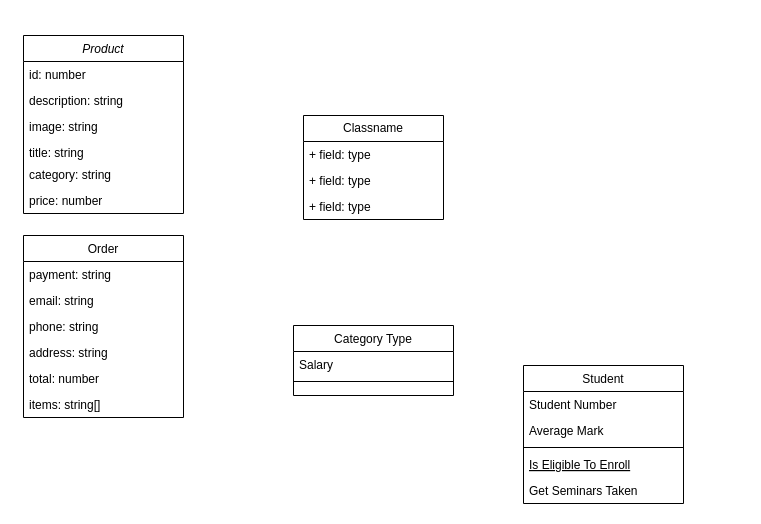
This is web-larek-frontend.drawio from Kazannik/web-larek-frontend, a draw.io file, before an edit. Source tidied: cells renumbered, new cells numbered last; positions are measured from the earlier drawing's top-left corner, leaving out a move shared by most shapes. Both pictures are drawn from the tidied source at 100%, with x=0, y=0 at pixel (23, 35).
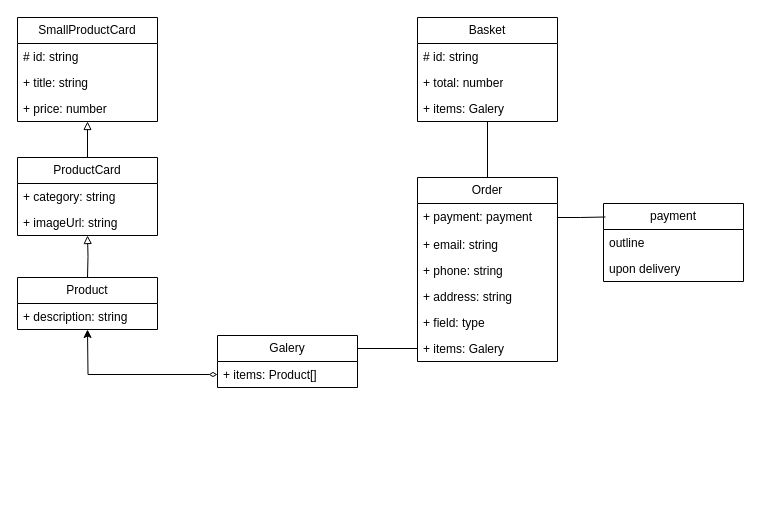
The same diagram, later.

Change to the diagram source:
```diff
@@
+    <mxCell id="29" style="edgeStyle=orthogonalEdgeStyle;rounded=0;jettySize=auto;html=1;exitX=0.5;exitY=0;exitDx=0;exitDy=0;endArrow=block;endFill=0;" parent="1" edge="1" target="39">
+      <mxGeometry relative="1" as="geometry">
+        <mxPoint x="64" y="242" as="sourcePoint" />
+      </mxGeometry>
+    </mxCell>
+    <mxCell id="25" value="payment" style="swimlane;fontStyle=0;horizontal=1;startSize=26;fillColor=none;whiteSpace=wrap;html=1;" parent="1" vertex="1">
+      <mxGeometry x="580" y="168" width="140" height="78" as="geometry" />
+    </mxCell>
+    <mxCell id="26" value="outline" style="text;strokeColor=none;fillColor=none;align=left;verticalAlign=top;spacingLeft=4;spacingRight=4;overflow=hidden;whiteSpace=wrap;html=1;" parent="25" vertex="1">
+      <mxGeometry y="26" width="140" height="26" as="geometry" />
+    </mxCell>
+    <mxCell id="27" value="upon delivery" style="text;strokeColor=none;fillColor=none;align=left;verticalAlign=top;spacingLeft=4;spacingRight=4;overflow=hidden;whiteSpace=wrap;html=1;" parent="25" vertex="1">
+      <mxGeometry y="52" width="140" height="26" as="geometry" />
+    </mxCell>
+    <mxCell id="30" style="edgeStyle=orthogonalEdgeStyle;rounded=0;jettySize=auto;html=1;entryX=0.014;entryY=0.173;entryDx=0;entryDy=0;entryPerimeter=0;endArrow=none;endFill=0;" parent="1" edge="1" source="19" target="25">
+      <mxGeometry relative="1" as="geometry" />
+    </mxCell>
+    <mxCell id="31" style="edgeStyle=orthogonalEdgeStyle;rounded=0;jettySize=auto;html=1;exitX=1;exitY=0.25;exitDx=0;exitDy=0;endArrow=none;endFill=0;" parent="1" edge="1" source="32" target="24">
+      <mxGeometry relative="1" as="geometry" />
+    </mxCell>
+    <mxCell id="32" value="Galery" style="swimlane;fontStyle=0;horizontal=1;startSize=26;fillColor=none;whiteSpace=wrap;html=1;" parent="1" vertex="1">
+      <mxGeometry x="194" y="300" width="140" height="52" as="geometry" />
+    </mxCell>
+    <mxCell id="33" value="+ items: Product[]" style="text;strokeColor=none;fillColor=none;align=left;verticalAlign=top;spacingLeft=4;spacingRight=4;overflow=hidden;points=[[0,0.5],[1,0.5]];portConstraint=eastwest;whiteSpace=wrap;html=1;" parent="32" vertex="1">
+      <mxGeometry y="26" width="140" height="26" as="geometry" />
+    </mxCell>
+    <mxCell id="34" value="SmallProductCard" style="swimlane;fontStyle=0;horizontal=1;startSize=26;fillColor=none;whiteSpace=wrap;html=1;" parent="1" vertex="1">
+      <mxGeometry x="-6" y="-18" width="140" height="104" as="geometry" />
+    </mxCell>
+    <mxCell id="35" value="# id: string" style="text;strokeColor=none;fillColor=none;align=left;verticalAlign=top;spacingLeft=4;spacingRight=4;overflow=hidden;whiteSpace=wrap;html=1;" parent="34" vertex="1">
+      <mxGeometry y="26" width="140" height="26" as="geometry" />
+    </mxCell>
+    <mxCell id="36" value="+ title: string" style="text;strokeColor=none;fillColor=none;align=left;verticalAlign=top;spacingLeft=4;spacingRight=4;overflow=hidden;whiteSpace=wrap;html=1;" parent="34" vertex="1">
+      <mxGeometry y="52" width="140" height="26" as="geometry" />
+    </mxCell>
+    <mxCell id="37" value="+ price: number" style="text;strokeColor=none;fillColor=none;align=left;verticalAlign=top;spacingLeft=4;spacingRight=4;overflow=hidden;whiteSpace=wrap;html=1;" parent="34" vertex="1">
+      <mxGeometry y="78" width="140" height="26" as="geometry" />
+    </mxCell>
+    <mxCell id="38" style="edgeStyle=orthogonalEdgeStyle;rounded=0;jettySize=auto;html=1;exitX=0.5;exitY=0;exitDx=0;exitDy=0;endArrow=block;endFill=0;" parent="1" edge="1" source="39" target="34">
+      <mxGeometry relative="1" as="geometry" />
+    </mxCell>
+    <mxCell id="39" value="ProductCard" style="swimlane;fontStyle=0;horizontal=1;startSize=26;fillColor=none;whiteSpace=wrap;html=1;" parent="1" vertex="1">
+      <mxGeometry x="-6" y="122" width="140" height="78" as="geometry" />
+    </mxCell>
+    <mxCell id="40" value="+ category: string" style="text;strokeColor=none;fillColor=none;align=left;verticalAlign=top;spacingLeft=4;spacingRight=4;overflow=hidden;whiteSpace=wrap;html=1;" parent="39" vertex="1">
+      <mxGeometry y="26" width="140" height="26" as="geometry" />
+    </mxCell>
+    <mxCell id="41" value="+ imageUrl: string&amp;nbsp;" style="text;strokeColor=none;fillColor=none;align=left;verticalAlign=top;spacingLeft=4;spacingRight=4;overflow=hidden;whiteSpace=wrap;html=1;" parent="39" vertex="1">
+      <mxGeometry y="52" width="140" height="26" as="geometry" />
+    </mxCell>
+    <mxCell id="42" style="edgeStyle=orthogonalEdgeStyle;rounded=0;jettySize=auto;html=1;exitX=0;exitY=0.5;exitDx=0;exitDy=0;startArrow=diamondThin;startFill=0;" parent="1" edge="1" source="33">
+      <mxGeometry relative="1" as="geometry">
+        <mxPoint x="64" y="294" as="targetPoint" />
+      </mxGeometry>
+    </mxCell>
-    <mxCell id="2" value="Product" style="swimlane;fontStyle=2;align=center;verticalAlign=top;horizontal=1;startSize=26;rounded=0;shadow=0;strokeWidth=1;" parent="1" vertex="1">
-      <mxGeometry width="160" height="178" as="geometry" />
+    <mxCell id="2" value="Product" style="swimlane;fontStyle=0;horizontal=1;startSize=26;fillColor=none;whiteSpace=wrap;html=1;" parent="1" vertex="1">
+      <mxGeometry x="-6" y="242" width="140" height="52" as="geometry" />
     </mxCell>
-    <mxCell id="3" value="id: number" style="text;align=left;verticalAlign=top;spacingLeft=4;spacingRight=4;overflow=hidden;" parent="2" vertex="1">
-      <mxGeometry y="26" width="160" height="26" as="geometry" />
-    </mxCell>
-    <mxCell id="4" value="description: string" style="text;align=left;verticalAlign=top;spacingLeft=4;spacingRight=4;overflow=hidden;rounded=0;shadow=0;html=0;" parent="2" vertex="1">
-      <mxGeometry y="52" width="160" height="26" as="geometry" />
-    </mxCell>
-    <mxCell id="5" value="image: string" style="text;align=left;verticalAlign=top;spacingLeft=4;spacingRight=4;overflow=hidden;rounded=0;shadow=0;html=0;" parent="2" vertex="1">
-      <mxGeometry y="78" width="160" height="26" as="geometry" />
-    </mxCell>
-    <mxCell id="6" value="title: string" style="text;align=left;verticalAlign=top;spacingLeft=4;spacingRight=4;overflow=hidden;" parent="2" vertex="1">
-      <mxGeometry y="104" width="160" height="22" as="geometry" />
-    </mxCell>
-    <mxCell id="7" value="category: string" style="text;strokeColor=none;fillColor=none;align=left;verticalAlign=top;spacingLeft=4;spacingRight=4;overflow=hidden;whiteSpace=wrap;html=1;" parent="2" vertex="1">
-      <mxGeometry y="126" width="160" height="26" as="geometry" />
-    </mxCell>
-    <mxCell id="8" value="price: number" style="text;strokeColor=none;fillColor=none;align=left;verticalAlign=top;spacingLeft=4;spacingRight=4;overflow=hidden;whiteSpace=wrap;html=1;" parent="2" vertex="1">
-      <mxGeometry y="152" width="160" height="26" as="geometry" />
-    </mxCell>
-    <mxCell id="9" value="Student" style="swimlane;fontStyle=0;align=center;verticalAlign=top;horizontal=1;startSize=26;rounded=0;shadow=0;strokeWidth=1;" parent="1" vertex="1">
-      <mxGeometry x="500" y="330" width="160" height="138" as="geometry" />
-    </mxCell>
-    <mxCell id="10" value="Student Number" style="text;align=left;verticalAlign=top;spacingLeft=4;spacingRight=4;overflow=hidden;" parent="9" vertex="1">
-      <mxGeometry y="26" width="160" height="26" as="geometry" />
-    </mxCell>
-    <mxCell id="11" value="Average Mark" style="text;align=left;verticalAlign=top;spacingLeft=4;spacingRight=4;overflow=hidden;rounded=0;shadow=0;html=0;" parent="9" vertex="1">
-      <mxGeometry y="52" width="160" height="26" as="geometry" />
-    </mxCell>
-    <mxCell id="12" style="line;html=1;strokeWidth=1;align=left;verticalAlign=middle;spacingTop=-1;spacingLeft=3;spacingRight=3;labelPosition=right;" parent="9" vertex="1">
-      <mxGeometry y="78" width="160" height="8" as="geometry" />
-    </mxCell>
-    <mxCell id="13" value="Is Eligible To Enroll" style="text;align=left;verticalAlign=top;spacingLeft=4;spacingRight=4;overflow=hidden;fontStyle=4;" parent="9" vertex="1">
-      <mxGeometry y="86" width="160" height="26" as="geometry" />
-    </mxCell>
-    <mxCell id="14" value="Get Seminars Taken" style="text;align=left;verticalAlign=top;spacingLeft=4;spacingRight=4;overflow=hidden;" parent="9" vertex="1">
-      <mxGeometry y="112" width="160" height="26" as="geometry" />
-    </mxCell>
-    <mxCell id="15" value="Category Type" style="swimlane;fontStyle=0;align=center;verticalAlign=top;horizontal=1;startSize=26;rounded=0;shadow=0;strokeWidth=1;" parent="1" vertex="1">
-      <mxGeometry x="270" y="290" width="160" height="70" as="geometry" />
-    </mxCell>
-    <mxCell id="16" value="Salary" style="text;align=left;verticalAlign=top;spacingLeft=4;spacingRight=4;overflow=hidden;" parent="15" vertex="1">
-      <mxGeometry y="26" width="160" height="26" as="geometry" />
-    </mxCell>
-    <mxCell id="17" style="line;html=1;strokeWidth=1;align=left;verticalAlign=middle;spacingTop=-1;spacingLeft=3;spacingRight=3;labelPosition=right;" parent="15" vertex="1">
-      <mxGeometry y="52" width="160" height="8" as="geometry" />
-    </mxCell>
+    <mxCell id="43" value="+ description: string" style="text;strokeColor=none;fillColor=none;align=left;verticalAlign=top;spacingLeft=4;spacingRight=4;overflow=hidden;whiteSpace=wrap;html=1;" parent="2" vertex="1">
+      <mxGeometry y="26" width="140" height="26" as="geometry" />
+    </mxCell>
+    <mxCell id="44" value="Basket" style="swimlane;fontStyle=0;horizontal=1;startSize=26;fillColor=none;whiteSpace=wrap;html=1;" parent="1" vertex="1">
+      <mxGeometry x="394" y="-18" width="140" height="104" as="geometry" />
+    </mxCell>
+    <mxCell id="45" value="# id: string" style="text;strokeColor=none;fillColor=none;align=left;verticalAlign=top;spacingLeft=4;spacingRight=4;overflow=hidden;whiteSpace=wrap;html=1;" parent="44" vertex="1">
+      <mxGeometry y="26" width="140" height="26" as="geometry" />
+    </mxCell>
+    <mxCell id="46" value="+ total: number" style="text;strokeColor=none;fillColor=none;align=left;verticalAlign=top;spacingLeft=4;spacingRight=4;overflow=hidden;whiteSpace=wrap;html=1;" parent="44" vertex="1">
+      <mxGeometry y="52" width="140" height="26" as="geometry" />
+    </mxCell>
+    <mxCell id="47" value="+ items: Galery" style="text;strokeColor=none;fillColor=none;align=left;verticalAlign=top;spacingLeft=4;spacingRight=4;overflow=hidden;whiteSpace=wrap;html=1;" parent="44" vertex="1">
+      <mxGeometry y="78" width="140" height="26" as="geometry" />
+    </mxCell>
+    <mxCell id="48" style="edgeStyle=orthogonalEdgeStyle;rounded=0;jettySize=auto;html=1;exitX=0.5;exitY=0;exitDx=0;exitDy=0;endArrow=none;endFill=0;" parent="1" edge="1" source="18" target="44">
+      <mxGeometry relative="1" as="geometry" />
+    </mxCell>
-    <mxCell id="18" value="Order" style="swimlane;fontStyle=0;align=center;verticalAlign=top;horizontal=1;startSize=26;rounded=0;shadow=0;strokeWidth=1;" parent="1" vertex="1">
-      <mxGeometry y="200" width="160" height="182" as="geometry" />
+    <mxCell id="18" value="Order" style="swimlane;fontStyle=0;horizontal=1;startSize=26;fillColor=none;whiteSpace=wrap;html=1;" parent="1" vertex="1">
+      <mxGeometry x="394" y="142" width="140" height="184" as="geometry" />
     </mxCell>
-    <mxCell id="19" value="payment: string" style="text;align=left;verticalAlign=top;spacingLeft=4;spacingRight=4;overflow=hidden;points=[[0,0.5],[1,0.5]];portConstraint=eastwest;" parent="18" vertex="1">
-      <mxGeometry y="26" width="160" height="26" as="geometry" />
+    <mxCell id="19" value="+ payment: payment" style="text;align=left;verticalAlign=top;spacingLeft=4;spacingRight=4;overflow=hidden;points=[[0,0.5],[1,0.5]];portConstraint=eastwest;" parent="18" vertex="1">
+      <mxGeometry y="26" width="140" height="28" as="geometry" />
     </mxCell>
-    <mxCell id="20" value="email: string" style="text;align=left;verticalAlign=top;spacingLeft=4;spacingRight=4;overflow=hidden;rounded=0;shadow=0;html=0;" parent="18" vertex="1">
-      <mxGeometry y="52" width="160" height="26" as="geometry" />
+    <mxCell id="20" value="+ email: string" style="text;align=left;verticalAlign=top;spacingLeft=4;spacingRight=4;overflow=hidden;rounded=0;shadow=0;html=0;" parent="18" vertex="1">
+      <mxGeometry y="54" width="140" height="26" as="geometry" />
     </mxCell>
-    <mxCell id="21" value="phone: string" style="text;align=left;verticalAlign=top;spacingLeft=4;spacingRight=4;overflow=hidden;rounded=0;shadow=0;html=0;" parent="18" vertex="1">
-      <mxGeometry y="78" width="160" height="26" as="geometry" />
+    <mxCell id="21" value="+ phone: string" style="text;align=left;verticalAlign=top;spacingLeft=4;spacingRight=4;overflow=hidden;rounded=0;shadow=0;html=0;" parent="18" vertex="1">
+      <mxGeometry y="80" width="140" height="26" as="geometry" />
     </mxCell>
-    <mxCell id="22" value="address: string" style="text;align=left;verticalAlign=top;spacingLeft=4;spacingRight=4;overflow=hidden;rounded=0;shadow=0;html=0;" parent="18" vertex="1">
-      <mxGeometry y="104" width="160" height="26" as="geometry" />
+    <mxCell id="22" value="+ address: string" style="text;align=left;verticalAlign=top;spacingLeft=4;spacingRight=4;overflow=hidden;rounded=0;shadow=0;html=0;" parent="18" vertex="1">
+      <mxGeometry y="106" width="140" height="26" as="geometry" />
     </mxCell>
-    <mxCell id="23" value="total: number" style="text;align=left;verticalAlign=top;spacingLeft=4;spacingRight=4;overflow=hidden;rounded=0;shadow=0;html=0;" parent="18" vertex="1">
-      <mxGeometry y="130" width="160" height="26" as="geometry" />
-    </mxCell>
+    <mxCell id="28" value="+ field: type" style="text;strokeColor=none;fillColor=none;align=left;verticalAlign=top;spacingLeft=4;spacingRight=4;overflow=hidden;whiteSpace=wrap;html=1;" parent="18" vertex="1">
+      <mxGeometry y="132" width="140" height="26" as="geometry" />
+    </mxCell>
-    <mxCell id="24" value="items: string[]" style="text;strokeColor=none;fillColor=none;align=left;verticalAlign=top;spacingLeft=4;spacingRight=4;overflow=hidden;points=[[0,0.5],[1,0.5]];portConstraint=eastwest;whiteSpace=wrap;html=1;" parent="18" vertex="1">
-      <mxGeometry y="156" width="160" height="26" as="geometry" />
+    <mxCell id="24" value="+ items: Galery" style="text;strokeColor=none;fillColor=none;align=left;verticalAlign=top;spacingLeft=4;spacingRight=4;overflow=hidden;points=[[0,0.5],[1,0.5]];portConstraint=eastwest;whiteSpace=wrap;html=1;" parent="18" vertex="1">
+      <mxGeometry y="158" width="140" height="26" as="geometry" />
     </mxCell>
-    <mxCell id="25" value="Classname" style="swimlane;fontStyle=0;horizontal=1;startSize=26;fillColor=none;whiteSpace=wrap;html=1;" parent="1" vertex="1">
-      <mxGeometry x="280" y="80" width="140" height="104" as="geometry" />
-    </mxCell>
-    <mxCell id="26" value="+ field: type" style="text;strokeColor=none;fillColor=none;align=left;verticalAlign=top;spacingLeft=4;spacingRight=4;overflow=hidden;whiteSpace=wrap;html=1;" parent="25" vertex="1">
-      <mxGeometry y="26" width="140" height="26" as="geometry" />
-    </mxCell>
-    <mxCell id="27" value="+ field: type" style="text;strokeColor=none;fillColor=none;align=left;verticalAlign=top;spacingLeft=4;spacingRight=4;overflow=hidden;whiteSpace=wrap;html=1;" parent="25" vertex="1">
-      <mxGeometry y="52" width="140" height="26" as="geometry" />
-    </mxCell>
-    <mxCell id="28" value="+ field: type" style="text;strokeColor=none;fillColor=none;align=left;verticalAlign=top;spacingLeft=4;spacingRight=4;overflow=hidden;whiteSpace=wrap;html=1;" parent="25" vertex="1">
-      <mxGeometry y="78" width="140" height="26" as="geometry" />
-    </mxCell>
```
